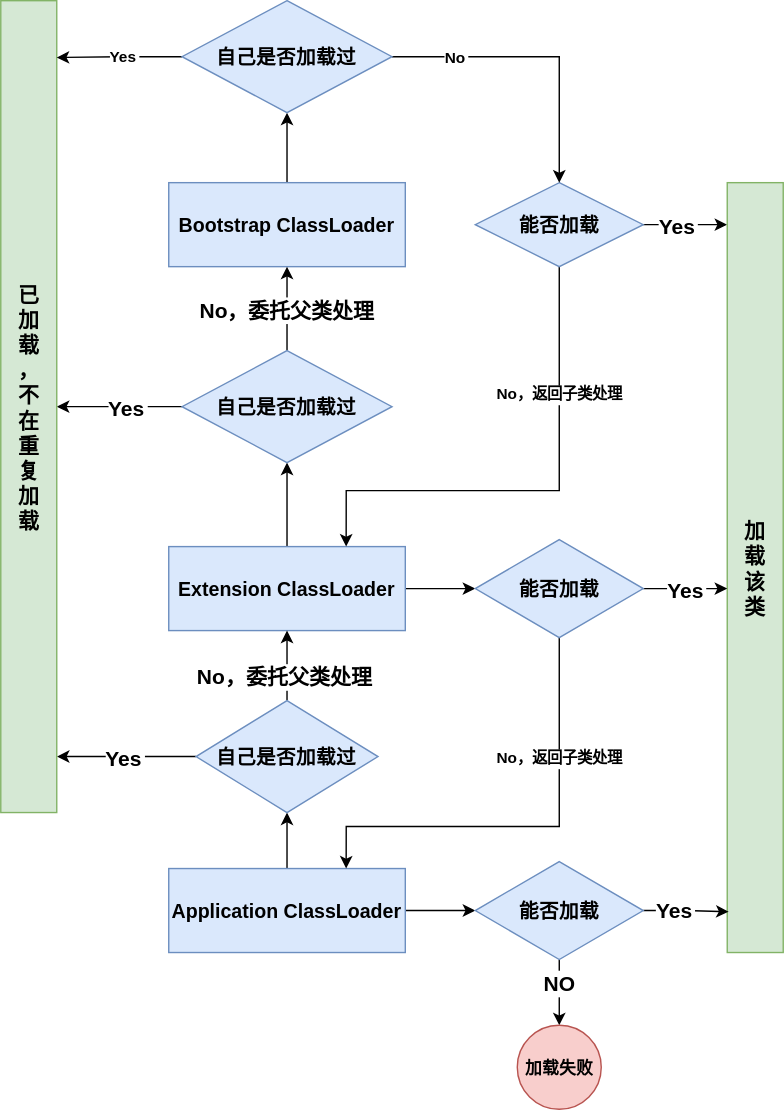
The draw.io diagram Java/JVM/JVM内存模型/双亲委派机制.drawio.svg in Developer-Tang/notes, before a commit. Source tidied: cells renumbered, new cells last; positions are measured from the earlier drawing's top-left corner, leaving out a move shared by most shapes.
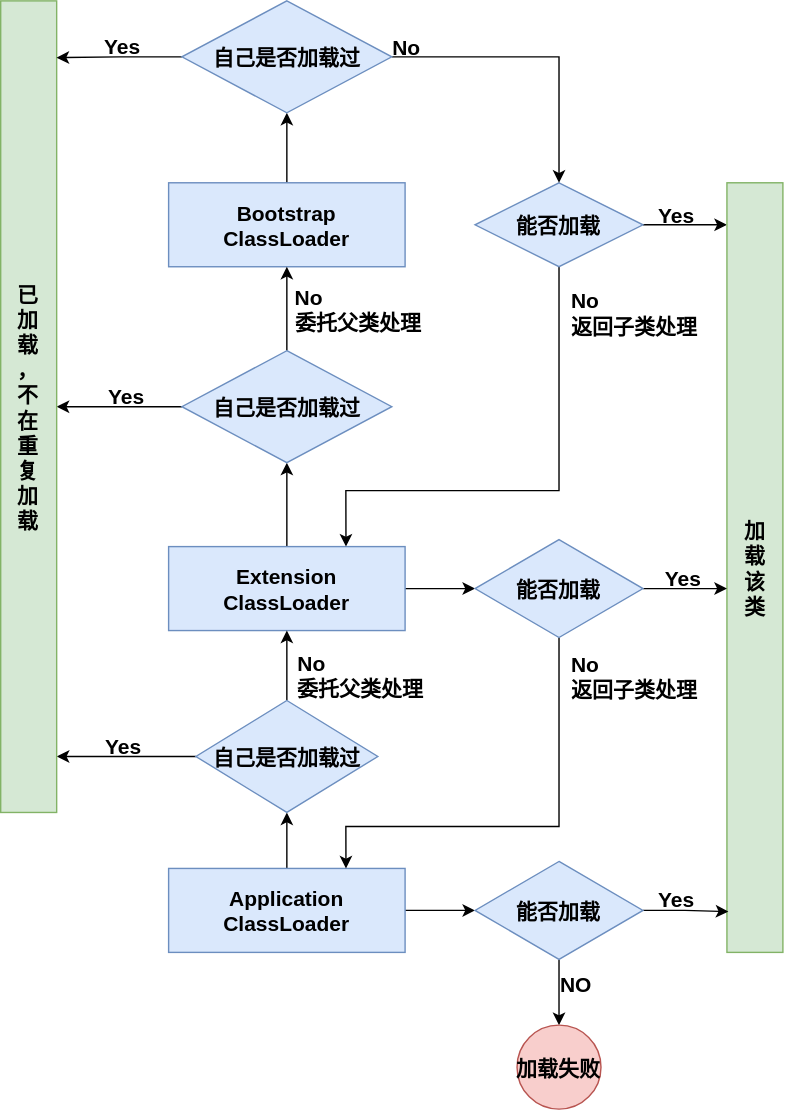
The same diagram one commit later.

What changed in the source:
```diff
@@ -2,53 +2,55 @@
   <root>
     <mxCell id="0" />
     <mxCell id="1" parent="0" />
-    <mxCell id="2" style="edgeStyle=orthogonalEdgeStyle;rounded=0;jettySize=auto;labelBackgroundColor=none;fontColor=default;fontStyle=1;" parent="1" edge="1" source="4" target="14">
+    <mxCell id="2" style="edgeStyle=orthogonalEdgeStyle;rounded=0;jettySize=auto;labelBackgroundColor=none;fontColor=default;fontStyle=1;fontSize=15;" parent="1" edge="1" source="4" target="14">
       <mxGeometry relative="1" as="geometry" />
     </mxCell>
     <mxCell id="3" style="edgeStyle=orthogonalEdgeStyle;rounded=0;jettySize=auto;labelBackgroundColor=none;fontFamily=Helvetica;fontSize=15;fontColor=default;fontStyle=1;" parent="1" edge="1" source="4" target="36">
       <mxGeometry relative="1" as="geometry" />
     </mxCell>
-    <mxCell id="4" value="Application ClassLoader" style="rounded=0;fillColor=#dae8fc;strokeColor=#6c8ebf;fontColor=default;labelBackgroundColor=none;fontStyle=1;fontSize=14;align=center;" parent="1" vertex="1">
+    <mxCell id="4" value="Application&#10;ClassLoader" style="rounded=0;fillColor=#dae8fc;strokeColor=#6c8ebf;fontColor=default;labelBackgroundColor=none;fontStyle=1;fontSize=15;align=center;" parent="1" vertex="1">
       <mxGeometry x="120" y="620" width="169" height="60" as="geometry" />
     </mxCell>
-    <mxCell id="5" style="edgeStyle=orthogonalEdgeStyle;rounded=0;jettySize=auto;labelBackgroundColor=none;fontFamily=Verdana;fontSize=14;fontColor=default;fontStyle=1;" parent="1" edge="1" source="7" target="19">
+    <mxCell id="5" style="edgeStyle=orthogonalEdgeStyle;rounded=0;jettySize=auto;labelBackgroundColor=none;fontFamily=Verdana;fontSize=15;fontColor=default;fontStyle=1;" parent="1" edge="1" source="7" target="19">
       <mxGeometry relative="1" as="geometry" />
     </mxCell>
     <mxCell id="6" style="edgeStyle=orthogonalEdgeStyle;rounded=0;jettySize=auto;labelBackgroundColor=none;fontFamily=Helvetica;fontSize=15;fontColor=default;fontStyle=1;" parent="1" edge="1" source="7" target="31">
       <mxGeometry relative="1" as="geometry" />
     </mxCell>
-    <mxCell id="7" value="Extension ClassLoader" style="rounded=0;fillColor=#dae8fc;strokeColor=#6c8ebf;fontColor=default;labelBackgroundColor=none;align=center;fontSize=14;fontStyle=1;" parent="1" vertex="1">
+    <mxCell id="7" value="Extension&#10;ClassLoader" style="rounded=0;fillColor=#dae8fc;strokeColor=#6c8ebf;fontColor=default;labelBackgroundColor=none;align=center;fontSize=15;fontStyle=1;" parent="1" vertex="1">
       <mxGeometry x="120" y="390" width="169" height="60" as="geometry" />
     </mxCell>
-    <mxCell id="8" style="edgeStyle=orthogonalEdgeStyle;rounded=0;jettySize=auto;fontStyle=1;" parent="1" edge="1" source="9" target="41">
+    <mxCell id="8" style="edgeStyle=orthogonalEdgeStyle;rounded=0;jettySize=auto;fontStyle=1;labelBackgroundColor=none;fontSize=15;" parent="1" edge="1" source="9" target="41">
       <mxGeometry relative="1" as="geometry" />
     </mxCell>
-    <mxCell id="9" value="Bootstrap ClassLoader" style="rounded=0;fillColor=#dae8fc;strokeColor=#6c8ebf;fontColor=default;labelBackgroundColor=none;fontSize=14;fontStyle=1;" parent="1" vertex="1">
+    <mxCell id="9" value="Bootstrap&#10;ClassLoader" style="rounded=0;fillColor=#dae8fc;strokeColor=#6c8ebf;fontColor=default;labelBackgroundColor=none;fontSize=15;fontStyle=1;" parent="1" vertex="1">
       <mxGeometry x="120" y="130" width="169" height="60" as="geometry" />
     </mxCell>
-    <mxCell id="10" style="edgeStyle=orthogonalEdgeStyle;rounded=0;jettySize=auto;labelBackgroundColor=none;fontFamily=Verdana;fontSize=14;fontColor=default;fontStyle=1;" parent="1" edge="1" source="14" target="7">
+    <mxCell id="10" style="edgeStyle=orthogonalEdgeStyle;rounded=0;jettySize=auto;labelBackgroundColor=none;fontFamily=Verdana;fontSize=15;fontColor=default;fontStyle=1;" parent="1" edge="1" source="14" target="7">
       <mxGeometry relative="1" as="geometry" />
     </mxCell>
-    <mxCell id="11" value="No，委托父类处理" style="edgeLabel;align=center;verticalAlign=middle;fontSize=15;fontFamily=Helvetica;fontStyle=1;" parent="10" vertex="1">
-      <mxGeometry x="-0.26" y="2" relative="1" as="geometry" />
+    <mxCell id="11" value="No&#10;委托父类处理" style="edgeLabel;align=left;verticalAlign=middle;fontSize=15;fontFamily=Helvetica;fontStyle=1;labelBackgroundColor=none;" parent="10" vertex="1">
+      <mxGeometry x="-0.26" y="2" relative="1" as="geometry">
+        <mxPoint x="8" as="offset" />
+      </mxGeometry>
     </mxCell>
     <mxCell id="12" style="edgeStyle=orthogonalEdgeStyle;rounded=0;jettySize=auto;labelBackgroundColor=none;fontFamily=Helvetica;fontSize=15;fontColor=default;entryX=1.002;entryY=0.931;entryDx=0;entryDy=0;entryPerimeter=0;fontStyle=1;" parent="1" edge="1" source="14" target="20">
       <mxGeometry relative="1" as="geometry" />
     </mxCell>
-    <mxCell id="13" value="Yes" style="edgeLabel;align=center;verticalAlign=middle;fontSize=15;fontFamily=Helvetica;fontStyle=1;" parent="12" vertex="1">
+    <mxCell id="13" value="Yes" style="edgeLabel;align=center;verticalAlign=middle;fontSize=15;fontFamily=Helvetica;fontStyle=1;labelBackgroundColor=none;" parent="12" vertex="1">
       <mxGeometry x="-0.2" y="-3" relative="1" as="geometry">
-        <mxPoint x="-12" y="3" as="offset" />
+        <mxPoint x="-12" y="-5" as="offset" />
       </mxGeometry>
     </mxCell>
-    <mxCell id="14" value="自己是否加载过" style="rhombus;rounded=0;strokeColor=#6c8ebf;fillColor=#dae8fc;fontSize=14;fontStyle=1;" parent="1" vertex="1">
+    <mxCell id="14" value="自己是否加载过" style="rhombus;rounded=0;strokeColor=#6c8ebf;fillColor=#dae8fc;fontSize=15;fontStyle=1;labelBackgroundColor=none;" parent="1" vertex="1">
       <mxGeometry x="139.5" y="500" width="130" height="80" as="geometry" />
     </mxCell>
-    <mxCell id="15" style="edgeStyle=orthogonalEdgeStyle;rounded=0;jettySize=auto;labelBackgroundColor=none;fontFamily=Verdana;fontSize=14;fontColor=default;fontStyle=1;" parent="1" edge="1" source="19" target="9">
+    <mxCell id="15" style="edgeStyle=orthogonalEdgeStyle;rounded=0;jettySize=auto;labelBackgroundColor=none;fontFamily=Verdana;fontSize=15;fontColor=default;fontStyle=1;" parent="1" edge="1" source="19" target="9">
       <mxGeometry relative="1" as="geometry" />
     </mxCell>
-    <mxCell id="16" value="No，委托父类处理" style="edgeLabel;align=center;verticalAlign=middle;fontSize=15;fontFamily=Helvetica;fontStyle=1;" parent="15" vertex="1">
+    <mxCell id="16" value="No&#10;委托父类处理" style="edgeLabel;align=left;verticalAlign=middle;fontSize=15;fontFamily=Helvetica;fontStyle=1;labelBackgroundColor=none;" parent="15" vertex="1">
       <mxGeometry x="-0.34" relative="1" as="geometry">
-        <mxPoint y="-10" as="offset" />
+        <mxPoint x="4" y="-10" as="offset" />
       </mxGeometry>
     </mxCell>
     <mxCell id="17" style="edgeStyle=orthogonalEdgeStyle;rounded=0;jettySize=auto;labelBackgroundColor=none;fontFamily=Helvetica;fontSize=15;fontColor=default;fontStyle=1;" parent="1" edge="1" source="19" target="20">
@@ -59,15 +61,15 @@
         </Array>
       </mxGeometry>
     </mxCell>
-    <mxCell id="18" value="Yes" style="edgeLabel;align=center;verticalAlign=middle;fontSize=15;fontFamily=Helvetica;fontStyle=1;" parent="17" vertex="1">
+    <mxCell id="18" value="Yes" style="edgeLabel;align=center;verticalAlign=middle;fontSize=15;fontFamily=Helvetica;fontStyle=1;labelBackgroundColor=none;" parent="17" vertex="1">
       <mxGeometry x="-0.3" y="-2" relative="1" as="geometry">
-        <mxPoint x="-9" y="2" as="offset" />
+        <mxPoint x="-9" y="-6" as="offset" />
       </mxGeometry>
     </mxCell>
-    <mxCell id="19" value="自己是否加载过" style="rhombus;rounded=0;fontSize=14;strokeColor=#6c8ebf;fillColor=#dae8fc;fontStyle=1;" parent="1" vertex="1">
+    <mxCell id="19" value="自己是否加载过" style="rhombus;rounded=0;fontSize=15;strokeColor=#6c8ebf;fillColor=#dae8fc;fontStyle=1;labelBackgroundColor=none;" parent="1" vertex="1">
       <mxGeometry x="129.5" y="250" width="150" height="80" as="geometry" />
     </mxCell>
-    <mxCell id="20" value="已&#10;加&#10;载&#10;，&#10;不&#10;在&#10;重&#10;复&#10;加&#10;载" style="rounded=0;fontFamily=Helvetica;fontSize=15;strokeColor=#82b366;fillColor=#d5e8d4;horizontal=1;align=center;fontStyle=1;" parent="1" vertex="1">
+    <mxCell id="20" value="已&#10;加&#10;载&#10;，&#10;不&#10;在&#10;重&#10;复&#10;加&#10;载" style="rounded=0;fontFamily=Helvetica;fontSize=15;strokeColor=#82b366;fillColor=#d5e8d4;horizontal=1;align=center;fontStyle=1;labelBackgroundColor=none;" parent="1" vertex="1">
       <mxGeometry width="40" height="580" as="geometry" />
     </mxCell>
     <mxCell id="21" style="edgeStyle=orthogonalEdgeStyle;rounded=0;jettySize=auto;labelBackgroundColor=none;fontFamily=Helvetica;fontSize=15;fontColor=default;fontStyle=1;" parent="1" edge="1" source="25" target="26">
@@ -78,12 +80,12 @@
         </Array>
       </mxGeometry>
     </mxCell>
-    <mxCell id="22" value="Yes" style="edgeLabel;align=center;verticalAlign=middle;fontSize=15;fontFamily=Helvetica;fontStyle=1;" parent="21" vertex="1">
+    <mxCell id="22" value="Yes" style="edgeLabel;align=center;verticalAlign=middle;fontSize=15;fontFamily=Helvetica;fontStyle=1;labelBackgroundColor=none;" parent="21" vertex="1">
       <mxGeometry x="-0.28" y="1" relative="1" as="geometry">
-        <mxPoint x="2" y="1" as="offset" />
+        <mxPoint x="2" y="-7" as="offset" />
       </mxGeometry>
     </mxCell>
-    <mxCell id="23" style="edgeStyle=orthogonalEdgeStyle;rounded=0;jettySize=auto;exitX=0.5;exitY=1;exitDx=0;exitDy=0;entryX=0.75;entryY=0;entryDx=0;entryDy=0;fontStyle=1;" parent="1" edge="1" source="25" target="7">
+    <mxCell id="23" style="edgeStyle=orthogonalEdgeStyle;rounded=0;jettySize=auto;exitX=0.5;exitY=1;exitDx=0;exitDy=0;entryX=0.75;entryY=0;entryDx=0;entryDy=0;fontStyle=1;labelBackgroundColor=none;fontSize=15;" parent="1" edge="1" source="25" target="7">
       <mxGeometry relative="1" as="geometry">
         <Array as="points">
           <mxPoint x="399" y="350" />
@@ -91,15 +93,15 @@
         </Array>
       </mxGeometry>
     </mxCell>
-    <mxCell id="24" value="No，返回子类处理" style="edgeLabel;align=center;verticalAlign=middle;fontStyle=1;" parent="23" vertex="1">
+    <mxCell id="24" value="No&#10;返回子类处理" style="edgeLabel;align=left;verticalAlign=middle;fontStyle=1;labelBackgroundColor=none;fontSize=15;" parent="23" vertex="1">
       <mxGeometry x="-0.44" y="3" relative="1" as="geometry">
-        <mxPoint x="-3" y="-8" as="offset" />
+        <mxPoint x="4" y="-66" as="offset" />
       </mxGeometry>
     </mxCell>
-    <mxCell id="25" value="能否加载" style="rhombus;rounded=0;fontSize=14;strokeColor=#6c8ebf;fillColor=#dae8fc;fontStyle=1;" parent="1" vertex="1">
+    <mxCell id="25" value="能否加载" style="rhombus;rounded=0;fontSize=15;strokeColor=#6c8ebf;fillColor=#dae8fc;fontStyle=1;labelBackgroundColor=none;" parent="1" vertex="1">
       <mxGeometry x="339" y="130" width="120" height="60" as="geometry" />
     </mxCell>
-    <mxCell id="26" value="加&#10;载&#10;该&#10;类" style="rounded=0;fontFamily=Helvetica;fontSize=15;strokeColor=#82b366;fillColor=#d5e8d4;horizontal=1;align=center;fontStyle=1;" parent="1" vertex="1">
+    <mxCell id="26" value="加&#10;载&#10;该&#10;类" style="rounded=0;fontFamily=Helvetica;fontSize=15;strokeColor=#82b366;fillColor=#d5e8d4;horizontal=1;align=center;fontStyle=1;labelBackgroundColor=none;" parent="1" vertex="1">
       <mxGeometry x="519" y="130" width="40" height="550" as="geometry" />
     </mxCell>
     <mxCell id="27" style="edgeStyle=orthogonalEdgeStyle;rounded=0;jettySize=auto;labelBackgroundColor=none;fontFamily=Helvetica;fontSize=15;fontColor=default;fontStyle=1;" parent="1" edge="1" source="31">
@@ -110,12 +112,12 @@
         </Array>
       </mxGeometry>
     </mxCell>
-    <mxCell id="28" value="Yes" style="edgeLabel;align=center;verticalAlign=middle;fontSize=15;fontFamily=Helvetica;fontStyle=1;" parent="27" vertex="1">
+    <mxCell id="28" value="Yes" style="edgeLabel;align=center;verticalAlign=middle;fontSize=15;fontFamily=Helvetica;fontStyle=1;labelBackgroundColor=none;" parent="27" vertex="1">
       <mxGeometry x="-0.25" y="1" relative="1" as="geometry">
-        <mxPoint x="8" y="1" as="offset" />
+        <mxPoint x="6" y="-7" as="offset" />
       </mxGeometry>
     </mxCell>
-    <mxCell id="29" style="edgeStyle=orthogonalEdgeStyle;rounded=0;jettySize=auto;exitX=0.5;exitY=1;exitDx=0;exitDy=0;entryX=0.75;entryY=0;entryDx=0;entryDy=0;fontStyle=1;" parent="1" edge="1" source="31" target="4">
+    <mxCell id="29" style="edgeStyle=orthogonalEdgeStyle;rounded=0;jettySize=auto;exitX=0.5;exitY=1;exitDx=0;exitDy=0;entryX=0.75;entryY=0;entryDx=0;entryDy=0;fontStyle=1;labelBackgroundColor=none;fontSize=15;" parent="1" edge="1" source="31" target="4">
       <mxGeometry relative="1" as="geometry">
         <Array as="points">
           <mxPoint x="399" y="590" />
@@ -123,49 +125,53 @@
         </Array>
       </mxGeometry>
     </mxCell>
-    <mxCell id="30" value="No，返回子类处理" style="edgeLabel;align=center;verticalAlign=middle;fontStyle=1;" parent="29" vertex="1">
+    <mxCell id="30" value="No&#10;返回子类处理" style="edgeLabel;align=left;verticalAlign=middle;fontStyle=1;labelBackgroundColor=none;fontSize=15;" parent="29" vertex="1">
       <mxGeometry x="-0.4" y="1" relative="1" as="geometry">
-        <mxPoint x="-1" y="-10" as="offset" />
+        <mxPoint x="6" y="-68" as="offset" />
       </mxGeometry>
     </mxCell>
-    <mxCell id="31" value="能否加载" style="rhombus;rounded=0;fontSize=14;strokeColor=#6c8ebf;fillColor=#dae8fc;fontStyle=1;" parent="1" vertex="1">
+    <mxCell id="31" value="能否加载" style="rhombus;rounded=0;fontSize=15;strokeColor=#6c8ebf;fillColor=#dae8fc;fontStyle=1;labelBackgroundColor=none;" parent="1" vertex="1">
       <mxGeometry x="339" y="385" width="120" height="70" as="geometry" />
     </mxCell>
     <mxCell id="32" style="edgeStyle=orthogonalEdgeStyle;rounded=0;jettySize=auto;labelBackgroundColor=none;fontFamily=Helvetica;fontSize=15;fontColor=default;entryX=0.025;entryY=0.947;entryDx=0;entryDy=0;entryPerimeter=0;fontStyle=1;" parent="1" edge="1" source="36" target="26">
       <mxGeometry relative="1" as="geometry" />
     </mxCell>
-    <mxCell id="33" value="Yes" style="edgeLabel;align=center;verticalAlign=middle;fontSize=15;fontFamily=Helvetica;fontStyle=1;" parent="32" vertex="1">
-      <mxGeometry x="-0.3" y="1" relative="1" as="geometry" />
+    <mxCell id="33" value="Yes" style="edgeLabel;align=center;verticalAlign=middle;fontSize=15;fontFamily=Helvetica;fontStyle=1;labelBackgroundColor=none;" parent="32" vertex="1">
+      <mxGeometry x="-0.3" y="1" relative="1" as="geometry">
+        <mxPoint x="2" y="-8" as="offset" />
+      </mxGeometry>
     </mxCell>
     <mxCell id="34" style="edgeStyle=orthogonalEdgeStyle;rounded=0;jettySize=auto;labelBackgroundColor=none;fontFamily=Helvetica;fontSize=15;fontColor=default;fontStyle=1;" parent="1" edge="1" source="36" target="42">
       <mxGeometry relative="1" as="geometry" />
     </mxCell>
-    <mxCell id="35" value="NO" style="edgeLabel;align=center;verticalAlign=middle;fontSize=15;fontFamily=Helvetica;fontStyle=1;" parent="34" vertex="1">
-      <mxGeometry x="-0.3" relative="1" as="geometry" />
+    <mxCell id="35" value="NO" style="edgeLabel;align=center;verticalAlign=middle;fontSize=15;fontFamily=Helvetica;fontStyle=1;labelBackgroundColor=none;" parent="34" vertex="1">
+      <mxGeometry x="-0.3" relative="1" as="geometry">
+        <mxPoint x="12" as="offset" />
+      </mxGeometry>
     </mxCell>
-    <mxCell id="36" value="能否加载" style="rhombus;rounded=0;fontSize=14;strokeColor=#6c8ebf;fillColor=#dae8fc;fontStyle=1;" parent="1" vertex="1">
+    <mxCell id="36" value="能否加载" style="rhombus;rounded=0;fontSize=15;strokeColor=#6c8ebf;fillColor=#dae8fc;fontStyle=1;labelBackgroundColor=none;" parent="1" vertex="1">
       <mxGeometry x="339" y="615" width="120" height="70" as="geometry" />
     </mxCell>
-    <mxCell id="37" style="edgeStyle=orthogonalEdgeStyle;rounded=0;jettySize=auto;entryX=0.998;entryY=0.07;entryDx=0;entryDy=0;entryPerimeter=0;fontStyle=1;" parent="1" edge="1" source="41" target="20">
+    <mxCell id="37" style="edgeStyle=orthogonalEdgeStyle;rounded=0;jettySize=auto;entryX=0.998;entryY=0.07;entryDx=0;entryDy=0;entryPerimeter=0;fontStyle=1;labelBackgroundColor=none;fontSize=15;" parent="1" edge="1" source="41" target="20">
       <mxGeometry relative="1" as="geometry" />
     </mxCell>
-    <mxCell id="38" value="Yes" style="edgeLabel;align=center;verticalAlign=middle;fontStyle=1;" parent="37" vertex="1">
+    <mxCell id="38" value="Yes" style="edgeLabel;align=center;verticalAlign=middle;fontStyle=1;labelBackgroundColor=none;fontSize=15;" parent="37" vertex="1">
       <mxGeometry x="0.29" y="-2" relative="1" as="geometry">
-        <mxPoint x="15" y="1" as="offset" />
+        <mxPoint x="15" y="-7" as="offset" />
       </mxGeometry>
     </mxCell>
-    <mxCell id="39" style="edgeStyle=orthogonalEdgeStyle;rounded=0;jettySize=auto;exitX=1;exitY=0.5;exitDx=0;exitDy=0;entryX=0.5;entryY=0;entryDx=0;entryDy=0;fontStyle=1;" parent="1" edge="1" source="41" target="25">
+    <mxCell id="39" style="edgeStyle=orthogonalEdgeStyle;rounded=0;jettySize=auto;exitX=1;exitY=0.5;exitDx=0;exitDy=0;entryX=0.5;entryY=0;entryDx=0;entryDy=0;fontStyle=1;labelBackgroundColor=none;fontSize=15;" parent="1" edge="1" source="41" target="25">
       <mxGeometry relative="1" as="geometry" />
     </mxCell>
-    <mxCell id="40" value="No" style="edgeLabel;align=center;verticalAlign=middle;fontStyle=1;" parent="39" vertex="1">
+    <mxCell id="40" value="No" style="edgeLabel;align=center;verticalAlign=middle;fontStyle=1;labelBackgroundColor=none;fontSize=15;" parent="39" vertex="1">
       <mxGeometry x="-0.73" y="-3" relative="1" as="geometry">
-        <mxPoint x="17" y="-3" as="offset" />
+        <mxPoint x="-18" y="-11" as="offset" />
       </mxGeometry>
     </mxCell>
-    <mxCell id="41" value="自己是否加载过" style="rhombus;rounded=0;fontSize=14;strokeColor=#6c8ebf;fillColor=#dae8fc;fontStyle=1;" parent="1" vertex="1">
+    <mxCell id="41" value="自己是否加载过" style="rhombus;rounded=0;fontSize=15;strokeColor=#6c8ebf;fillColor=#dae8fc;fontStyle=1;labelBackgroundColor=none;" parent="1" vertex="1">
       <mxGeometry x="129.5" width="150" height="80" as="geometry" />
     </mxCell>
-    <mxCell id="42" value="加载失败" style="ellipse;fillColor=#f8cecc;strokeColor=#b85450;fontColor=default;labelBackgroundColor=none;labelBorderColor=none;fontStyle=1;" parent="1" vertex="1">
+    <mxCell id="42" value="加载失败" style="ellipse;fillColor=#f8cecc;strokeColor=#b85450;fontColor=default;labelBackgroundColor=none;labelBorderColor=none;fontStyle=1;fontSize=15;" parent="1" vertex="1">
       <mxGeometry x="369" y="732" width="60" height="60" as="geometry" />
     </mxCell>
   </root>
```
